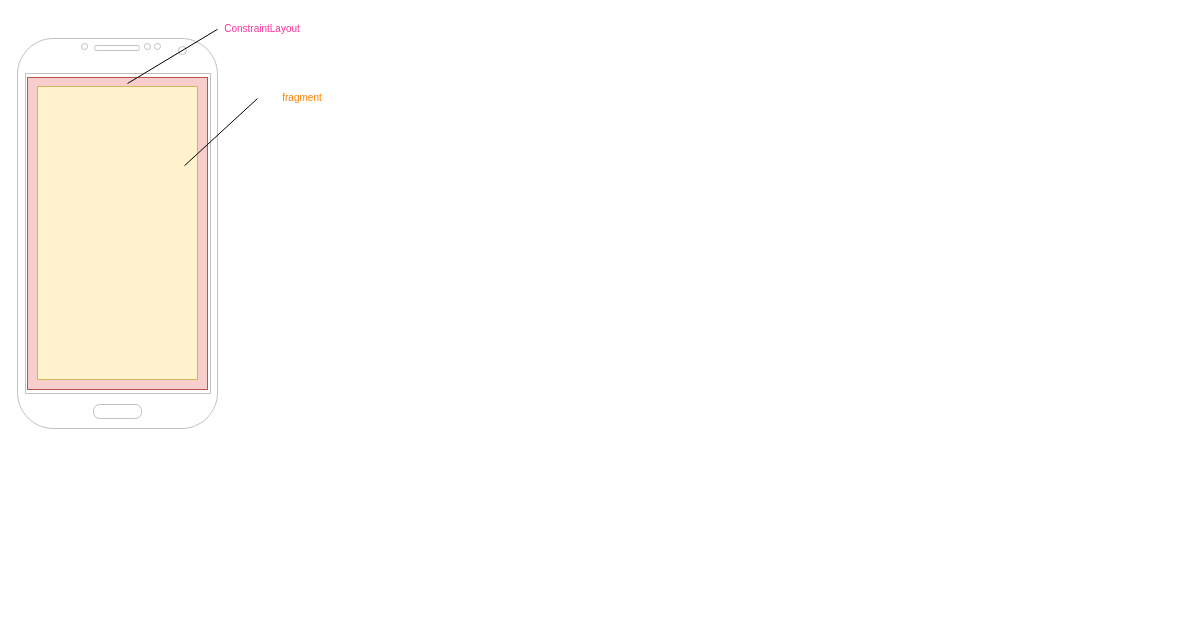
Above: page "content_main" (5 of 6) of doc/ui_design.drawio in seabat/serverless-bss (draw.io), before the change. Source tidied: cells renumbered, new cells numbered last; positions are measured from the earlier drawing's top-left corner, leaving out a move shared by most shapes. Both pictures are drawn from the tidied source at 100%, with x=0, y=0 at pixel (17, 17).
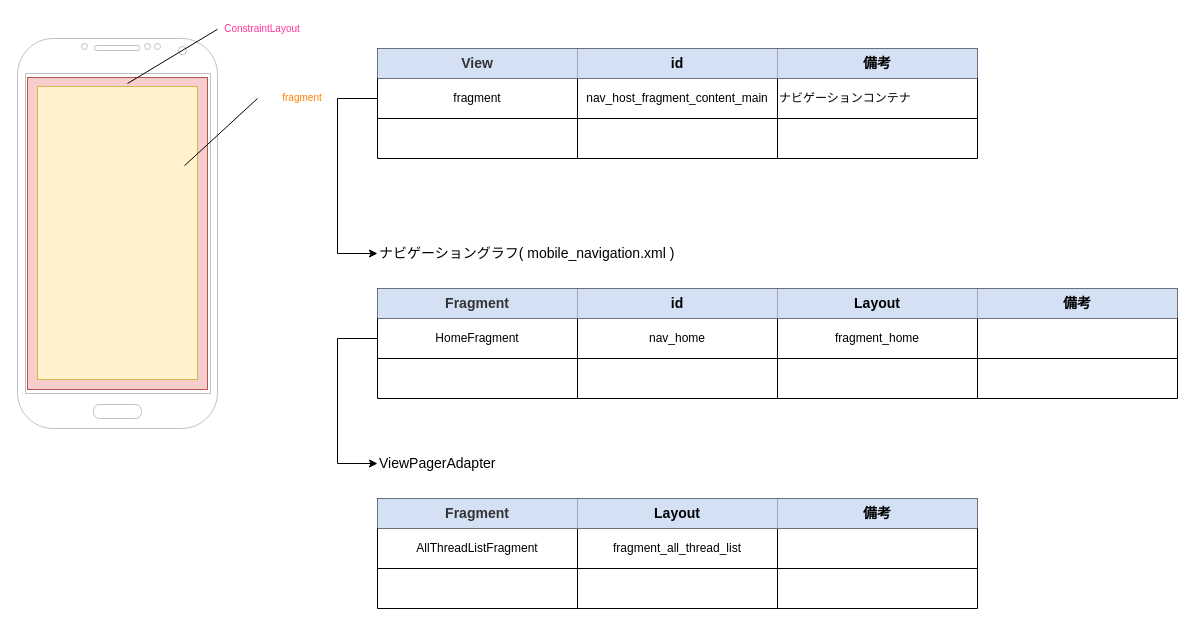
The same diagram, later.

The edit, as a diff of the source:
```diff
@@
+    <mxCell id="9" style="shape=table;html=1;whiteSpace=wrap;startSize=0;childLayout=tableLayout;" parent="1" vertex="1">
+      <mxGeometry x="360" y="31" width="600" height="110" as="geometry" />
+    </mxCell>
+    <mxCell id="10" style="shape=tableRow;horizontal=0;startSize=0;swimlaneHead=0;swimlaneBody=0;top=0;left=0;bottom=0;right=0;fillColor=none;" parent="9" vertex="1">
+      <mxGeometry width="600" height="30" as="geometry" />
+    </mxCell>
+    <mxCell id="11" value="View" style="shape=partialRectangle;html=1;whiteSpace=wrap;fillColor=#D4E1F5;top=0;left=0;bottom=0;right=0;overflow=hidden;fontColor=#333333;strokeColor=#666666;fontSize=14;fontStyle=1;" parent="10" vertex="1">
+      <mxGeometry width="200" height="30" as="geometry" />
+    </mxCell>
+    <mxCell id="12" value="id" style="shape=partialRectangle;html=1;whiteSpace=wrap;fillColor=#D4E1F5;top=0;left=0;bottom=0;right=0;overflow=hidden;fontSize=14;fontStyle=1;" parent="10" vertex="1">
+      <mxGeometry x="200" width="200" height="30" as="geometry" />
+    </mxCell>
+    <mxCell id="13" value="備考" style="shape=partialRectangle;html=1;whiteSpace=wrap;fillColor=#D4E1F5;top=0;left=0;bottom=0;right=0;overflow=hidden;fontSize=14;fontStyle=1;" parent="10" vertex="1">
+      <mxGeometry x="400" width="200" height="30" as="geometry" />
+    </mxCell>
+    <mxCell id="14" style="shape=tableRow;horizontal=0;startSize=0;swimlaneHead=0;swimlaneBody=0;top=0;left=0;bottom=0;right=0;fillColor=none;points=[[0,0.5],[1,0.5]];portConstraint=eastwest;" parent="9" vertex="1">
+      <mxGeometry y="30" width="600" height="40" as="geometry" />
+    </mxCell>
+    <mxCell id="15" value="fragment" style="shape=partialRectangle;html=1;whiteSpace=wrap;fillColor=none;top=0;left=0;bottom=0;right=0;overflow=hidden;" parent="14" vertex="1">
+      <mxGeometry width="200" height="40" as="geometry" />
+    </mxCell>
+    <mxCell id="16" value="nav_host_fragment_content_main" style="shape=partialRectangle;html=1;whiteSpace=wrap;fillColor=none;top=0;left=0;bottom=0;right=0;overflow=hidden;" parent="14" vertex="1">
+      <mxGeometry x="200" width="200" height="40" as="geometry" />
+    </mxCell>
+    <mxCell id="17" value="ナビゲーションコンテナ" style="shape=partialRectangle;html=1;whiteSpace=wrap;fillColor=none;top=0;left=0;bottom=0;right=0;overflow=hidden;align=left;" parent="14" vertex="1">
+      <mxGeometry x="400" width="200" height="40" as="geometry" />
+    </mxCell>
+    <mxCell id="18" style="shape=tableRow;horizontal=0;startSize=0;swimlaneHead=0;swimlaneBody=0;top=0;left=0;bottom=0;right=0;fillColor=none;" parent="9" vertex="1">
+      <mxGeometry y="70" width="600" height="40" as="geometry" />
+    </mxCell>
+    <mxCell id="19" style="shape=partialRectangle;html=1;whiteSpace=wrap;fillColor=none;top=0;left=0;bottom=0;right=0;overflow=hidden;" parent="18" vertex="1">
+      <mxGeometry width="200" height="40" as="geometry" />
+    </mxCell>
+    <mxCell id="20" style="shape=partialRectangle;html=1;whiteSpace=wrap;fillColor=none;top=0;left=0;bottom=0;right=0;overflow=hidden;" parent="18" vertex="1">
+      <mxGeometry x="200" width="200" height="40" as="geometry" />
+    </mxCell>
+    <mxCell id="21" style="shape=partialRectangle;html=1;whiteSpace=wrap;fillColor=none;top=0;left=0;bottom=0;right=0;overflow=hidden;" parent="18" vertex="1">
+      <mxGeometry x="400" width="200" height="40" as="geometry" />
+    </mxCell>
+    <mxCell id="22" style="shape=table;html=1;whiteSpace=wrap;startSize=0;childLayout=tableLayout;" parent="1" vertex="1">
+      <mxGeometry x="360" y="271" width="800" height="110" as="geometry" />
+    </mxCell>
+    <mxCell id="23" style="shape=tableRow;horizontal=0;startSize=0;swimlaneHead=0;swimlaneBody=0;top=0;left=0;bottom=0;right=0;fillColor=none;" parent="22" vertex="1">
+      <mxGeometry width="800" height="30" as="geometry" />
+    </mxCell>
+    <mxCell id="24" value="Fragment" style="shape=partialRectangle;html=1;whiteSpace=wrap;fillColor=#D4E1F5;top=0;left=0;bottom=0;right=0;overflow=hidden;fontColor=#333333;strokeColor=#666666;fontSize=14;fontStyle=1;" parent="23" vertex="1">
+      <mxGeometry width="200" height="30" as="geometry" />
+    </mxCell>
+    <mxCell id="25" value="id" style="shape=partialRectangle;html=1;whiteSpace=wrap;fillColor=#D4E1F5;top=0;left=0;bottom=0;right=0;overflow=hidden;fontSize=14;fontStyle=1;" parent="23" vertex="1">
+      <mxGeometry x="200" width="200" height="30" as="geometry" />
+    </mxCell>
+    <mxCell id="26" value="Layout" style="shape=partialRectangle;html=1;whiteSpace=wrap;fillColor=#D4E1F5;top=0;left=0;bottom=0;right=0;overflow=hidden;fontSize=14;fontStyle=1;" parent="23" vertex="1">
+      <mxGeometry x="400" width="200" height="30" as="geometry" />
+    </mxCell>
+    <mxCell id="27" value="備考" style="shape=partialRectangle;html=1;whiteSpace=wrap;fillColor=#D4E1F5;top=0;left=0;bottom=0;right=0;overflow=hidden;fontSize=14;fontStyle=1;" parent="23" vertex="1">
+      <mxGeometry x="600" width="200" height="30" as="geometry" />
+    </mxCell>
+    <mxCell id="28" style="shape=tableRow;horizontal=0;startSize=0;swimlaneHead=0;swimlaneBody=0;top=0;left=0;bottom=0;right=0;fillColor=none;" parent="22" vertex="1">
+      <mxGeometry y="30" width="800" height="40" as="geometry" />
+    </mxCell>
+    <mxCell id="29" value="HomeFragment" style="shape=partialRectangle;html=1;whiteSpace=wrap;fillColor=none;top=0;left=0;bottom=0;right=0;overflow=hidden;" parent="28" vertex="1">
+      <mxGeometry width="200" height="40" as="geometry" />
+    </mxCell>
+    <mxCell id="30" value="nav_home" style="shape=partialRectangle;html=1;whiteSpace=wrap;fillColor=none;top=0;left=0;bottom=0;right=0;overflow=hidden;" parent="28" vertex="1">
+      <mxGeometry x="200" width="200" height="40" as="geometry" />
+    </mxCell>
+    <mxCell id="31" value="fragment_home" style="shape=partialRectangle;html=1;whiteSpace=wrap;fillColor=none;top=0;left=0;bottom=0;right=0;overflow=hidden;align=center;" parent="28" vertex="1">
+      <mxGeometry x="400" width="200" height="40" as="geometry" />
+    </mxCell>
+    <mxCell id="32" style="shape=partialRectangle;html=1;whiteSpace=wrap;fillColor=none;top=0;left=0;bottom=0;right=0;overflow=hidden;align=left;" parent="28" vertex="1">
+      <mxGeometry x="600" width="200" height="40" as="geometry" />
+    </mxCell>
+    <mxCell id="33" style="shape=tableRow;horizontal=0;startSize=0;swimlaneHead=0;swimlaneBody=0;top=0;left=0;bottom=0;right=0;fillColor=none;" parent="22" vertex="1">
+      <mxGeometry y="70" width="800" height="40" as="geometry" />
+    </mxCell>
+    <mxCell id="34" style="shape=partialRectangle;html=1;whiteSpace=wrap;fillColor=none;top=0;left=0;bottom=0;right=0;overflow=hidden;" parent="33" vertex="1">
+      <mxGeometry width="200" height="40" as="geometry" />
+    </mxCell>
+    <mxCell id="35" style="shape=partialRectangle;html=1;whiteSpace=wrap;fillColor=none;top=0;left=0;bottom=0;right=0;overflow=hidden;" parent="33" vertex="1">
+      <mxGeometry x="200" width="200" height="40" as="geometry" />
+    </mxCell>
+    <mxCell id="36" style="shape=partialRectangle;html=1;whiteSpace=wrap;fillColor=none;top=0;left=0;bottom=0;right=0;overflow=hidden;" parent="33" vertex="1">
+      <mxGeometry x="400" width="200" height="40" as="geometry" />
+    </mxCell>
+    <mxCell id="37" style="shape=partialRectangle;html=1;whiteSpace=wrap;fillColor=none;top=0;left=0;bottom=0;right=0;overflow=hidden;" parent="33" vertex="1">
+      <mxGeometry x="600" width="200" height="40" as="geometry" />
+    </mxCell>
+    <mxCell id="38" value="ナビゲーショングラフ( mobile_navigation.xml )" style="text;html=1;strokeColor=none;fillColor=none;align=left;verticalAlign=middle;whiteSpace=wrap;rounded=0;fontSize=14;" parent="1" vertex="1">
+      <mxGeometry x="360" y="221" width="360" height="30" as="geometry" />
+    </mxCell>
+    <mxCell id="39" style="endArrow=none;html=1;rounded=0;fontSize=14;entryX=0;entryY=0.5;entryDx=0;entryDy=0;exitX=0;exitY=0.5;exitDx=0;exitDy=0;endFill=0;startArrow=classic;startFill=1;" parent="1" edge="1" source="38" target="14">
+      <mxGeometry relative="1" as="geometry">
+        <Array as="points">
+          <mxPoint x="320" y="236" />
+          <mxPoint x="320" y="81" />
+        </Array>
+      </mxGeometry>
+    </mxCell>
+    <mxCell id="40" style="shape=table;html=1;whiteSpace=wrap;startSize=0;childLayout=tableLayout;" parent="1" vertex="1">
+      <mxGeometry x="360" y="481" width="600" height="110" as="geometry" />
+    </mxCell>
+    <mxCell id="41" style="shape=tableRow;horizontal=0;startSize=0;swimlaneHead=0;swimlaneBody=0;top=0;left=0;bottom=0;right=0;fillColor=none;" parent="40" vertex="1">
+      <mxGeometry width="600" height="30" as="geometry" />
+    </mxCell>
+    <mxCell id="42" value="Fragment" style="shape=partialRectangle;html=1;whiteSpace=wrap;fillColor=#D4E1F5;top=0;left=0;bottom=0;right=0;overflow=hidden;fontColor=#333333;strokeColor=#666666;fontSize=14;fontStyle=1;" parent="41" vertex="1">
+      <mxGeometry width="200" height="30" as="geometry" />
+    </mxCell>
+    <mxCell id="43" value="Layout" style="shape=partialRectangle;html=1;whiteSpace=wrap;fillColor=#D4E1F5;top=0;left=0;bottom=0;right=0;overflow=hidden;fontSize=14;fontStyle=1;" parent="41" vertex="1">
+      <mxGeometry x="200" width="200" height="30" as="geometry" />
+    </mxCell>
+    <mxCell id="44" value="備考" style="shape=partialRectangle;html=1;whiteSpace=wrap;fillColor=#D4E1F5;top=0;left=0;bottom=0;right=0;overflow=hidden;fontSize=14;fontStyle=1;" parent="41" vertex="1">
+      <mxGeometry x="400" width="200" height="30" as="geometry" />
+    </mxCell>
+    <mxCell id="45" style="shape=tableRow;horizontal=0;startSize=0;swimlaneHead=0;swimlaneBody=0;top=0;left=0;bottom=0;right=0;fillColor=none;" parent="40" vertex="1">
+      <mxGeometry y="30" width="600" height="40" as="geometry" />
+    </mxCell>
+    <mxCell id="46" value="AllThreadListFragment" style="shape=partialRectangle;html=1;whiteSpace=wrap;fillColor=none;top=0;left=0;bottom=0;right=0;overflow=hidden;" parent="45" vertex="1">
+      <mxGeometry width="200" height="40" as="geometry" />
+    </mxCell>
+    <mxCell id="47" value="fragment_all_thread_list" style="shape=partialRectangle;html=1;whiteSpace=wrap;fillColor=none;top=0;left=0;bottom=0;right=0;overflow=hidden;align=center;" parent="45" vertex="1">
+      <mxGeometry x="200" width="200" height="40" as="geometry" />
+    </mxCell>
+    <mxCell id="48" style="shape=partialRectangle;html=1;whiteSpace=wrap;fillColor=none;top=0;left=0;bottom=0;right=0;overflow=hidden;align=left;" parent="45" vertex="1">
+      <mxGeometry x="400" width="200" height="40" as="geometry" />
+    </mxCell>
+    <mxCell id="49" style="shape=tableRow;horizontal=0;startSize=0;swimlaneHead=0;swimlaneBody=0;top=0;left=0;bottom=0;right=0;fillColor=none;" parent="40" vertex="1">
+      <mxGeometry y="70" width="600" height="40" as="geometry" />
+    </mxCell>
+    <mxCell id="50" style="shape=partialRectangle;html=1;whiteSpace=wrap;fillColor=none;top=0;left=0;bottom=0;right=0;overflow=hidden;" parent="49" vertex="1">
+      <mxGeometry width="200" height="40" as="geometry" />
+    </mxCell>
+    <mxCell id="51" style="shape=partialRectangle;html=1;whiteSpace=wrap;fillColor=none;top=0;left=0;bottom=0;right=0;overflow=hidden;" parent="49" vertex="1">
+      <mxGeometry x="200" width="200" height="40" as="geometry" />
+    </mxCell>
+    <mxCell id="52" style="shape=partialRectangle;html=1;whiteSpace=wrap;fillColor=none;top=0;left=0;bottom=0;right=0;overflow=hidden;" parent="49" vertex="1">
+      <mxGeometry x="400" width="200" height="40" as="geometry" />
+    </mxCell>
+    <mxCell id="53" value="ViewPagerAdapter" style="text;html=1;strokeColor=none;fillColor=none;align=left;verticalAlign=middle;whiteSpace=wrap;rounded=0;fontSize=14;" parent="1" vertex="1">
+      <mxGeometry x="360" y="431" width="360" height="30" as="geometry" />
+    </mxCell>
+    <mxCell id="54" style="endArrow=none;html=1;rounded=0;fontSize=14;entryX=0;entryY=0.5;entryDx=0;entryDy=0;exitX=0;exitY=0.5;exitDx=0;exitDy=0;endFill=0;startArrow=classic;startFill=1;" parent="1" edge="1" source="53">
+      <mxGeometry relative="1" as="geometry">
+        <mxPoint x="360" y="321" as="targetPoint" />
+        <Array as="points">
+          <mxPoint x="320" y="446" />
+          <mxPoint x="320" y="321" />
+        </Array>
+      </mxGeometry>
+    </mxCell>
```
